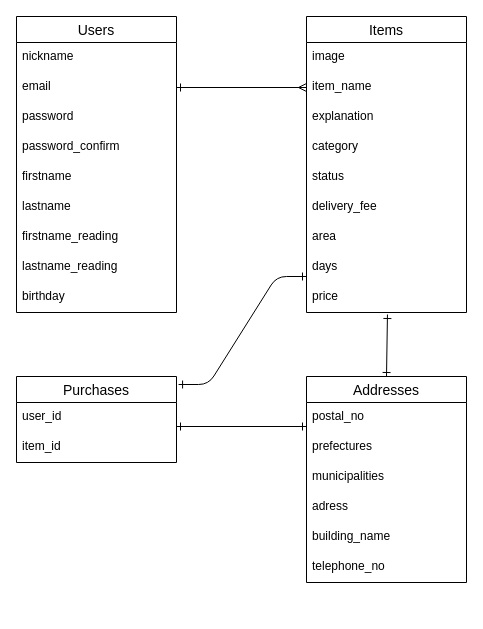
Before: DatabaseCreate.dio in Taka120/furima-35624, a draw.io diagram. Source tidied: cells renumbered, new cells numbered last; positions are measured from the earlier drawing's top-left corner, leaving out a move shared by most shapes. Both pictures are drawn from the tidied source at 100%, with x=0, y=0 at pixel (16, 16).
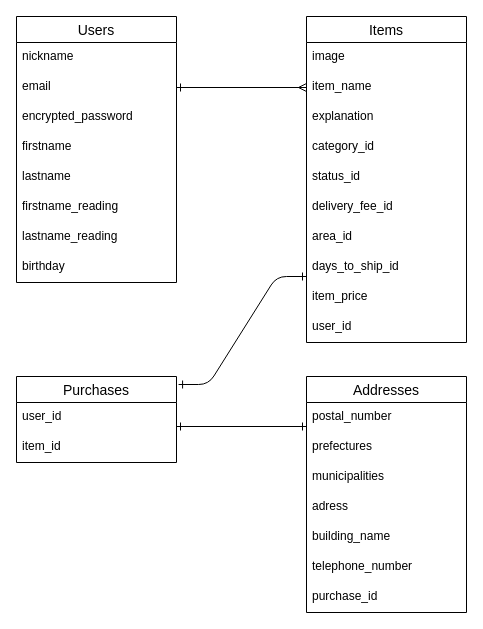
The same page after the edit.

Commit message (it also covers changes not shown here):
データベースの設計,指摘事項の修正

What changed in the source:
```diff
@@
     <mxCell id="2" value="Items" style="swimlane;fontStyle=0;horizontal=1;startSize=26;align=center;fontSize=14;" parent="1" vertex="1">
-      <mxGeometry x="290" width="160" height="296" as="geometry" />
+      <mxGeometry x="290" width="160" height="326" as="geometry" />
     </mxCell>
@@
-    <mxCell id="6" value="category" style="text;strokeColor=none;fillColor=none;spacingLeft=4;spacingRight=4;overflow=hidden;fontSize=12;" parent="2" vertex="1">
+    <mxCell id="6" value="category_id" style="text;strokeColor=none;fillColor=none;spacingLeft=4;spacingRight=4;overflow=hidden;fontSize=12;" parent="2" vertex="1">
       <mxGeometry y="116" width="160" height="30" as="geometry" />
     </mxCell>
-    <mxCell id="7" value="status" style="text;strokeColor=none;fillColor=none;spacingLeft=4;spacingRight=4;overflow=hidden;fontSize=12;" parent="2" vertex="1">
+    <mxCell id="7" value="status_id" style="text;strokeColor=none;fillColor=none;spacingLeft=4;spacingRight=4;overflow=hidden;fontSize=12;" parent="2" vertex="1">
       <mxGeometry y="146" width="160" height="30" as="geometry" />
     </mxCell>
-    <mxCell id="8" value="delivery_fee" style="text;strokeColor=none;fillColor=none;spacingLeft=4;spacingRight=4;overflow=hidden;fontSize=12;" parent="2" vertex="1">
+    <mxCell id="8" value="delivery_fee_id" style="text;strokeColor=none;fillColor=none;spacingLeft=4;spacingRight=4;overflow=hidden;fontSize=12;" parent="2" vertex="1">
       <mxGeometry y="176" width="160" height="30" as="geometry" />
     </mxCell>
-    <mxCell id="9" value="area" style="text;strokeColor=none;fillColor=none;spacingLeft=4;spacingRight=4;overflow=hidden;fontSize=12;" parent="2" vertex="1">
+    <mxCell id="9" value="area_id" style="text;strokeColor=none;fillColor=none;spacingLeft=4;spacingRight=4;overflow=hidden;fontSize=12;" parent="2" vertex="1">
       <mxGeometry y="206" width="160" height="30" as="geometry" />
     </mxCell>
-    <mxCell id="10" value="days" style="text;strokeColor=none;fillColor=none;spacingLeft=4;spacingRight=4;overflow=hidden;fontSize=12;" parent="2" vertex="1">
+    <mxCell id="10" value="days_to_ship_id" style="text;strokeColor=none;fillColor=none;spacingLeft=4;spacingRight=4;overflow=hidden;fontSize=12;" parent="2" vertex="1">
       <mxGeometry y="236" width="160" height="30" as="geometry" />
     </mxCell>
-    <mxCell id="11" value="price" style="text;strokeColor=none;fillColor=none;spacingLeft=4;spacingRight=4;overflow=hidden;points=[[0,0.5],[1,0.5]];portConstraint=eastwest;fontSize=12;" parent="2" vertex="1">
+    <mxCell id="11" value="item_price" style="text;strokeColor=none;fillColor=none;spacingLeft=4;spacingRight=4;overflow=hidden;points=[[0,0.5],[1,0.5]];portConstraint=eastwest;fontSize=12;" parent="2" vertex="1">
       <mxGeometry y="266" width="160" height="30" as="geometry" />
     </mxCell>
+    <mxCell id="36" value="user_id" style="text;strokeColor=none;fillColor=none;spacingLeft=4;spacingRight=4;overflow=hidden;fontSize=12;" parent="2" vertex="1">
+      <mxGeometry y="296" width="160" height="30" as="geometry" />
+    </mxCell>
     <mxCell id="12" value="Users" style="swimlane;fontStyle=0;horizontal=1;startSize=26;align=center;fontSize=14;" parent="1" vertex="1">
-      <mxGeometry width="160" height="296" as="geometry" />
+      <mxGeometry width="160" height="266" as="geometry" />
     </mxCell>
@@
-    <mxCell id="15" value="password" style="text;strokeColor=none;fillColor=none;spacingLeft=4;spacingRight=4;overflow=hidden;fontSize=12;" parent="12" vertex="1">
+    <mxCell id="15" value="encrypted_password" style="text;strokeColor=none;fillColor=none;spacingLeft=4;spacingRight=4;overflow=hidden;fontSize=12;" parent="12" vertex="1">
       <mxGeometry y="86" width="160" height="30" as="geometry" />
     </mxCell>
-    <mxCell id="16" value="password_confirm" style="text;strokeColor=none;fillColor=none;spacingLeft=4;spacingRight=4;overflow=hidden;fontSize=12;" parent="12" vertex="1">
-      <mxGeometry y="116" width="160" height="30" as="geometry" />
-    </mxCell>
     <mxCell id="17" value="firstname" style="text;strokeColor=none;fillColor=none;spacingLeft=4;spacingRight=4;overflow=hidden;fontSize=12;" parent="12" vertex="1">
-      <mxGeometry y="146" width="160" height="30" as="geometry" />
+      <mxGeometry y="116" width="160" height="30" as="geometry" />
     </mxCell>
     <mxCell id="18" value="lastname" style="text;strokeColor=none;fillColor=none;spacingLeft=4;spacingRight=4;overflow=hidden;fontSize=12;" parent="12" vertex="1">
-      <mxGeometry y="176" width="160" height="30" as="geometry" />
+      <mxGeometry y="146" width="160" height="30" as="geometry" />
     </mxCell>
     <mxCell id="19" value="firstname_reading" style="text;strokeColor=none;fillColor=none;spacingLeft=4;spacingRight=4;overflow=hidden;fontSize=12;" parent="12" vertex="1">
-      <mxGeometry y="206" width="160" height="30" as="geometry" />
+      <mxGeometry y="176" width="160" height="30" as="geometry" />
     </mxCell>
     <mxCell id="20" value="lastname_reading" style="text;strokeColor=none;fillColor=none;spacingLeft=4;spacingRight=4;overflow=hidden;fontSize=12;" parent="12" vertex="1">
-      <mxGeometry y="236" width="160" height="30" as="geometry" />
+      <mxGeometry y="206" width="160" height="30" as="geometry" />
     </mxCell>
     <mxCell id="21" value="birthday" style="text;strokeColor=none;fillColor=none;spacingLeft=4;spacingRight=4;overflow=hidden;fontSize=12;" parent="12" vertex="1">
-      <mxGeometry y="266" width="160" height="30" as="geometry" />
+      <mxGeometry y="236" width="160" height="30" as="geometry" />
     </mxCell>
@@
     <mxCell id="26" value="Addresses" style="swimlane;fontStyle=0;horizontal=1;startSize=26;align=center;fontSize=14;" parent="1" vertex="1">
-      <mxGeometry x="290" y="360" width="160" height="206" as="geometry" />
+      <mxGeometry x="290" y="360" width="160" height="236" as="geometry" />
     </mxCell>
-    <mxCell id="27" value="postal_no" style="text;strokeColor=none;fillColor=none;spacingLeft=4;spacingRight=4;overflow=hidden;fontSize=12;" parent="26" vertex="1">
+    <mxCell id="27" value="postal_number" style="text;strokeColor=none;fillColor=none;spacingLeft=4;spacingRight=4;overflow=hidden;fontSize=12;" parent="26" vertex="1">
       <mxGeometry y="26" width="160" height="30" as="geometry" />
     </mxCell>
@@
-    <mxCell id="32" value="telephone_no" style="text;strokeColor=none;fillColor=none;spacingLeft=4;spacingRight=4;overflow=hidden;fontSize=12;" parent="26" vertex="1">
+    <mxCell id="32" value="telephone_number" style="text;strokeColor=none;fillColor=none;spacingLeft=4;spacingRight=4;overflow=hidden;fontSize=12;" parent="26" vertex="1">
       <mxGeometry y="176" width="160" height="30" as="geometry" />
     </mxCell>
+    <mxCell id="37" value="purchase_id" style="text;strokeColor=none;fillColor=none;spacingLeft=4;spacingRight=4;overflow=hidden;fontSize=12;" parent="26" vertex="1">
+      <mxGeometry y="206" width="160" height="30" as="geometry" />
+    </mxCell>
@@
-    <mxCell id="34" style="endArrow=ERone;html=1;rounded=0;exitX=0.506;exitY=1.067;exitDx=0;exitDy=0;exitPerimeter=0;entryX=0.5;entryY=0;entryDx=0;entryDy=0;endFill=0;startArrow=ERone;startFill=0;" parent="1" edge="1" source="11" target="26">
-      <mxGeometry relative="1" as="geometry" />
-    </mxCell>
```
